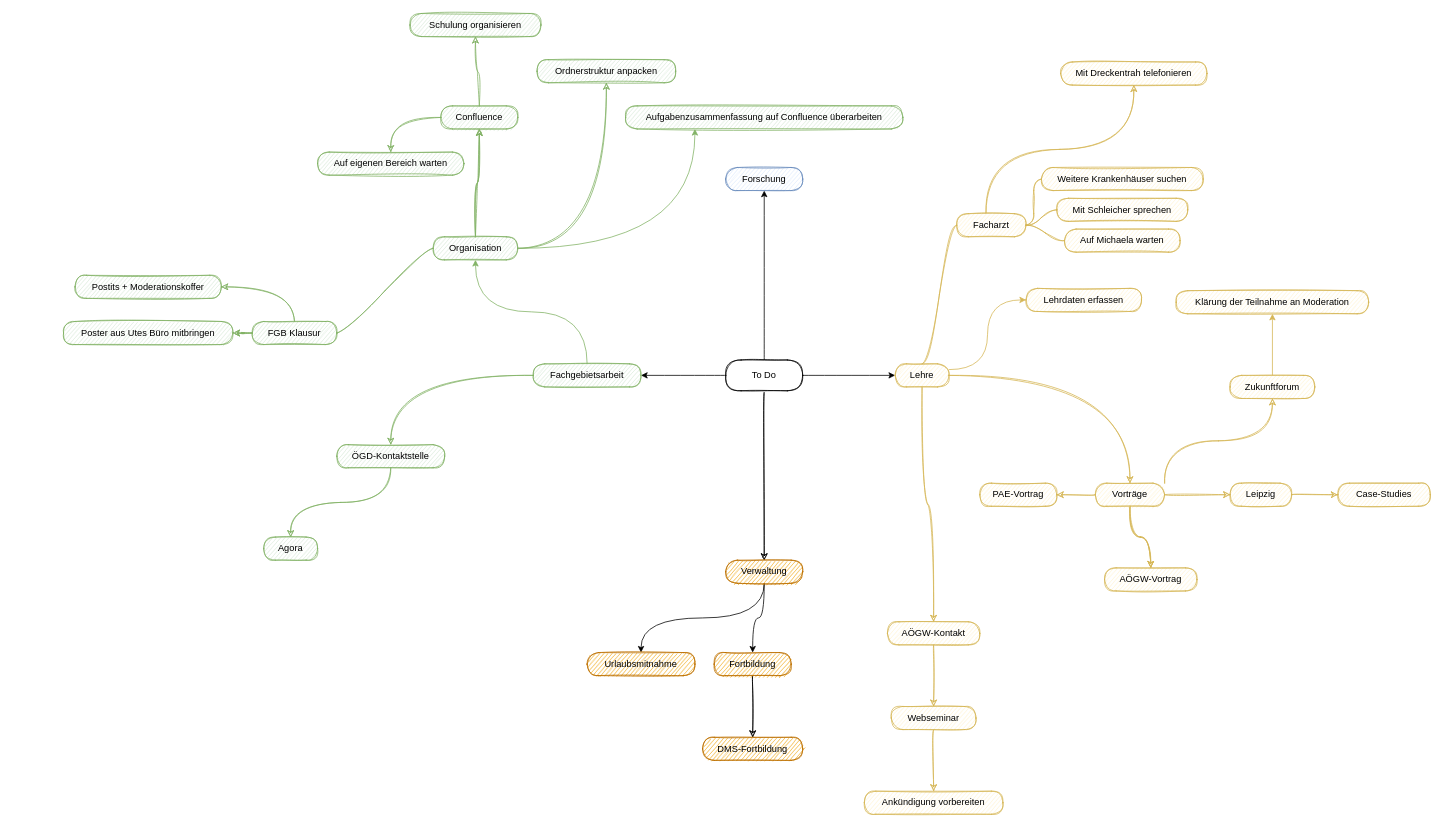
Earlier version of the draw.io diagram drawio/todo.drawio (jakobschumacher/graphs). Source tidied: cells renumbered, new cells numbered last; positions are measured from the earlier drawing's top-left corner, leaving out a move shared by most shapes. Both pictures are drawn from the tidied source at 77%, with x=0, y=0 at pixel (63, 13).
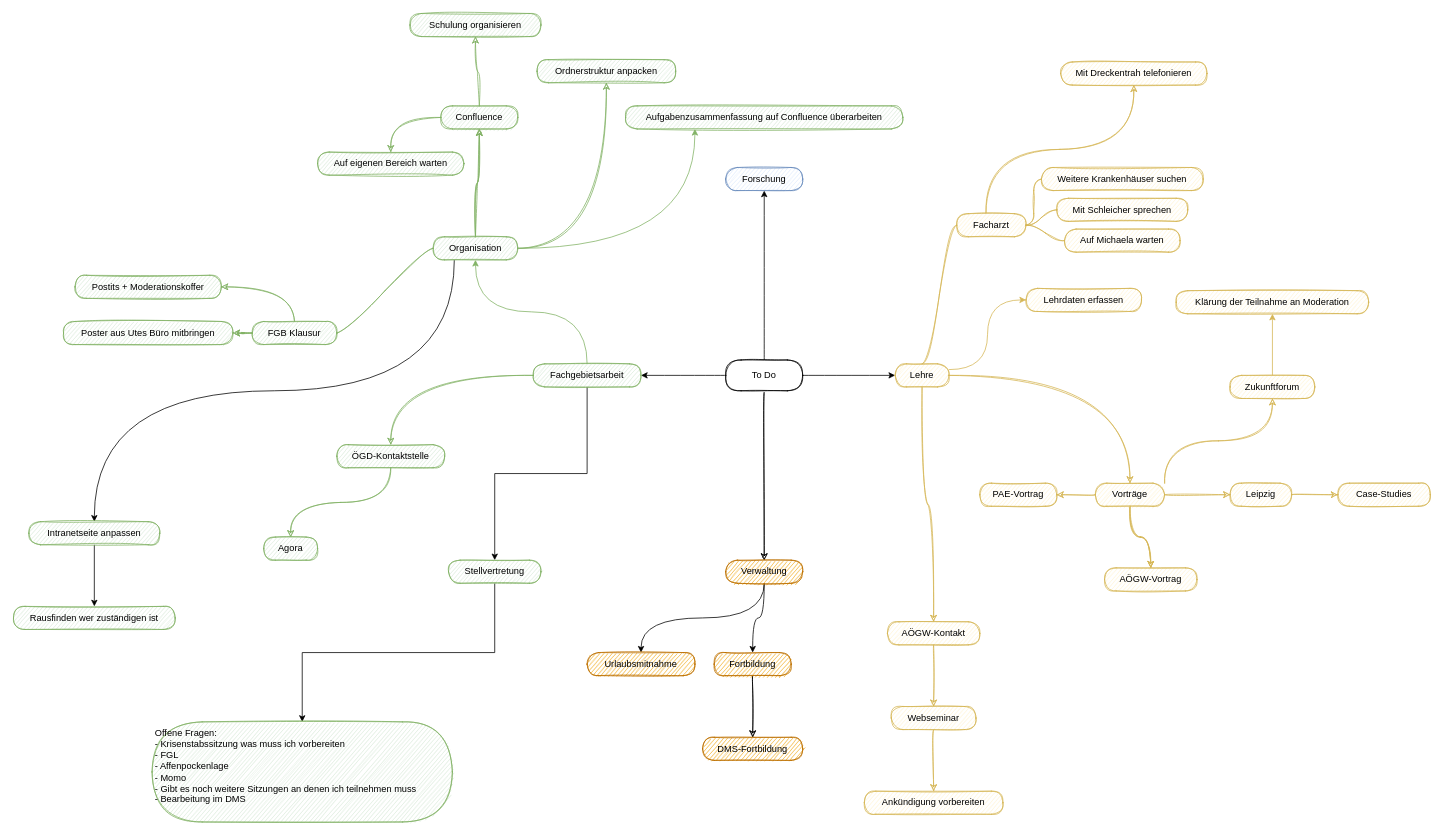
After the change.

The change refers to these unchanged cells:
```xml
<mxCell id="15" value="Organisation" style="whiteSpace=wrap;html=1;rounded=1;arcSize=50;align=center;verticalAlign=middle;strokeWidth=1;spacing=4;newEdgeStyle={&quot;edgeStyle&quot;:&quot;entityRelationEdgeStyle&quot;,&quot;startArrow&quot;:&quot;none&quot;,&quot;endArrow&quot;:&quot;none&quot;,&quot;segment&quot;:10,&quot;curved&quot;:1};sketch=1;fillColor=#d5e8d4;strokeColor=#82b366;" parent="1" vertex="1">
  <mxGeometry x="480" y="290" width="110" height="30" as="geometry" />
</mxCell>
<mxCell id="71" value="Fachgebietsarbeit" style="whiteSpace=wrap;html=1;rounded=1;arcSize=50;align=center;verticalAlign=middle;strokeWidth=1;spacing=4;newEdgeStyle={&quot;edgeStyle&quot;:&quot;entityRelationEdgeStyle&quot;,&quot;startArrow&quot;:&quot;none&quot;,&quot;endArrow&quot;:&quot;none&quot;,&quot;segment&quot;:10,&quot;curved&quot;:1};sketch=1;fillColor=#d5e8d4;strokeColor=#82b366;" parent="1" vertex="1">
  <mxGeometry x="610" y="455" width="140" height="30" as="geometry" />
</mxCell>
```

What changed in the source:
```diff
@@
+    <mxCell id="74" style="edgeStyle=orthogonalEdgeStyle;jettySize=auto;html=1;exitX=0.25;exitY=1;exitDx=0;exitDy=0;entryX=0.5;entryY=0;entryDx=0;entryDy=0;curved=1;" parent="1" edge="1" source="15" target="80">
+      <mxGeometry relative="1" as="geometry" />
+    </mxCell>
@@
+    <mxCell id="75" style="edgeStyle=orthogonalEdgeStyle;rounded=0;jettySize=auto;html=1;" parent="1" edge="1" source="71" target="77">
+      <mxGeometry relative="1" as="geometry" />
+    </mxCell>
@@
+    <mxCell id="76" style="edgeStyle=orthogonalEdgeStyle;rounded=0;jettySize=auto;html=1;" parent="1" edge="1" source="77" target="78">
+      <mxGeometry relative="1" as="geometry" />
+    </mxCell>
+    <mxCell id="77" value="Stellvertretung" style="whiteSpace=wrap;html=1;rounded=1;arcSize=50;align=center;verticalAlign=middle;strokeWidth=1;spacing=4;newEdgeStyle={&quot;edgeStyle&quot;:&quot;entityRelationEdgeStyle&quot;,&quot;startArrow&quot;:&quot;none&quot;,&quot;endArrow&quot;:&quot;none&quot;,&quot;segment&quot;:10,&quot;curved&quot;:1};sketch=1;fillColor=#d5e8d4;strokeColor=#82b366;" parent="1" vertex="1">
+      <mxGeometry x="500" y="710" width="120" height="30" as="geometry" />
+    </mxCell>
+    <mxCell id="78" value="&lt;div align=&quot;left&quot;&gt;Offene Fragen:&lt;/div&gt;&lt;div align=&quot;left&quot;&gt;- Krisenstabssitzung was muss ich vorbereiten&lt;br&gt;&lt;/div&gt;&lt;div align=&quot;left&quot;&gt;- FGL&lt;/div&gt;&lt;div align=&quot;left&quot;&gt;- Affenpockenlage&lt;br&gt;&lt;/div&gt;&lt;div align=&quot;left&quot;&gt;- Momo&lt;br&gt;&lt;/div&gt;&lt;div align=&quot;left&quot;&gt;- Gibt es noch weitere Sitzungen an denen ich teilnehmen muss&lt;/div&gt;&lt;div align=&quot;left&quot;&gt;- Bearbeitung im DMS&lt;br&gt;&lt;/div&gt;&lt;div align=&quot;left&quot;&gt;&lt;br&gt;&lt;/div&gt;" style="whiteSpace=wrap;html=1;rounded=1;arcSize=50;align=left;verticalAlign=middle;strokeWidth=1;spacing=4;newEdgeStyle={&quot;edgeStyle&quot;:&quot;entityRelationEdgeStyle&quot;,&quot;startArrow&quot;:&quot;none&quot;,&quot;endArrow&quot;:&quot;none&quot;,&quot;segment&quot;:10,&quot;curved&quot;:1};sketch=1;fillColor=#d5e8d4;strokeColor=#82b366;" parent="1" vertex="1">
+      <mxGeometry x="115" y="920" width="390" height="130" as="geometry" />
+    </mxCell>
+    <mxCell id="79" style="edgeStyle=orthogonalEdgeStyle;rounded=0;jettySize=auto;html=1;" parent="1" edge="1" source="80" target="81">
+      <mxGeometry relative="1" as="geometry" />
+    </mxCell>
+    <mxCell id="80" value="Intranetseite anpassen" style="whiteSpace=wrap;html=1;rounded=1;arcSize=50;align=center;verticalAlign=middle;strokeWidth=1;spacing=4;newEdgeStyle={&quot;edgeStyle&quot;:&quot;entityRelationEdgeStyle&quot;,&quot;startArrow&quot;:&quot;none&quot;,&quot;endArrow&quot;:&quot;none&quot;,&quot;segment&quot;:10,&quot;curved&quot;:1};sketch=1;fillColor=#d5e8d4;strokeColor=#82b366;" parent="1" vertex="1">
+      <mxGeometry x="-45" y="660" width="170" height="30" as="geometry" />
+    </mxCell>
+    <mxCell id="81" value="Rausfinden wer zuständigen ist" style="whiteSpace=wrap;html=1;rounded=1;arcSize=50;align=center;verticalAlign=middle;strokeWidth=1;spacing=4;newEdgeStyle={&quot;edgeStyle&quot;:&quot;entityRelationEdgeStyle&quot;,&quot;startArrow&quot;:&quot;none&quot;,&quot;endArrow&quot;:&quot;none&quot;,&quot;segment&quot;:10,&quot;curved&quot;:1};sketch=1;fillColor=#d5e8d4;strokeColor=#82b366;" parent="1" vertex="1">
+      <mxGeometry x="-65" y="770" width="210" height="30" as="geometry" />
+    </mxCell>
```
